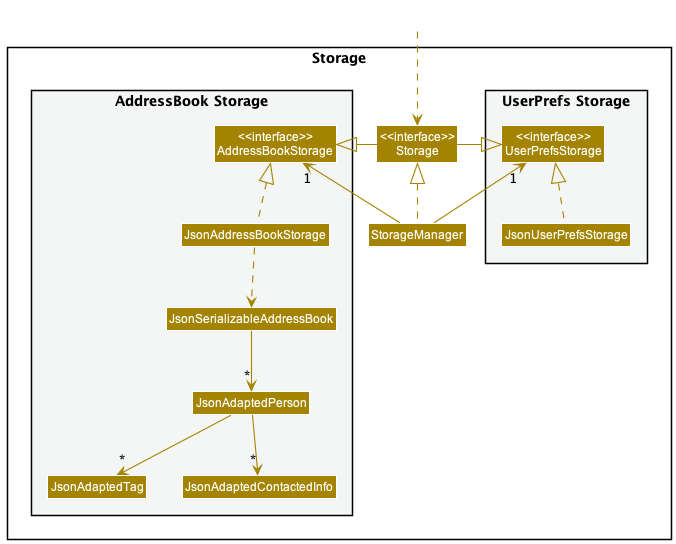
This is docs/images/StorageClassDiagram.png from pyk595/tp, a PlantUML export, as it was before one commit.
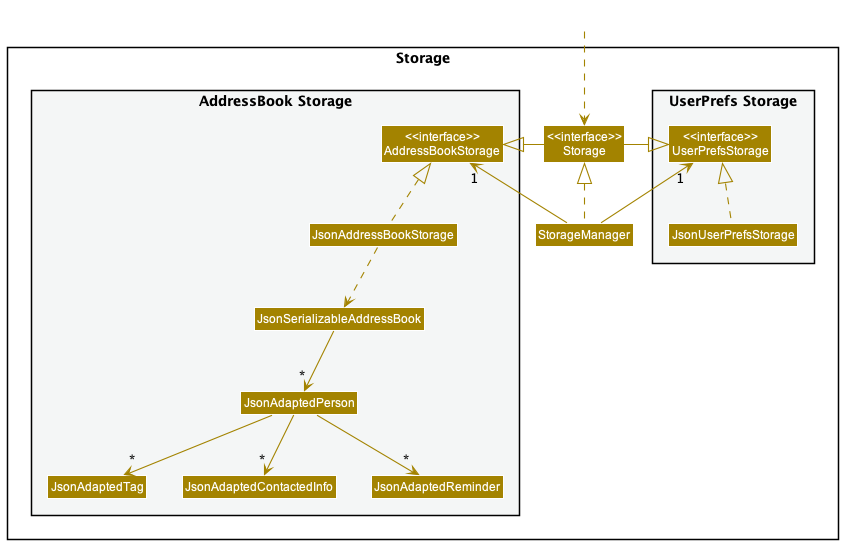
The same diagram one commit later.

Commit message:
Fix contacted info and storage class diagram

What changed in the source:
```diff
@@ -21,6 +21,7 @@
 Class JsonAdaptedPerson
 Class JsonAdaptedTag
 Class JsonAdaptedContactedInfo
+Class JsonAdaptedReminder
 }
 
 }
@@ -41,4 +42,5 @@
 JsonSerializableAddressBook --> "*" JsonAdaptedPerson
 JsonAdaptedPerson --> "*" JsonAdaptedTag
 JsonAdaptedPerson --> "*" JsonAdaptedContactedInfo
+JsonAdaptedPerson --> "*" JsonAdaptedReminder
 @enduml
```
